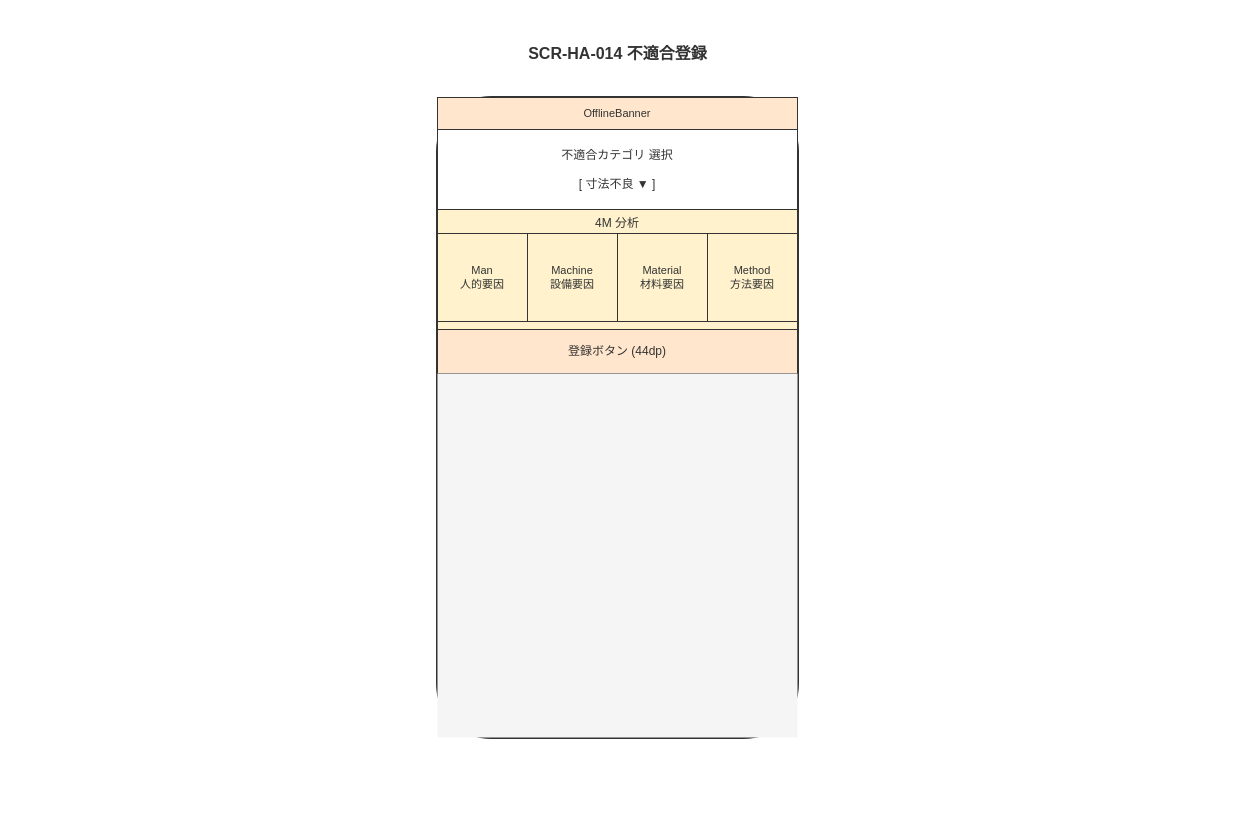
Above: docs/04_概要設計/03_画面設計/img/fig_des_screen_ha_014.drawio in RyuheiKiso/work-navigation-app (draw.io), before the change. Source tidied: cells renumbered, new cells numbered last; positions are measured from the earlier drawing's top-left corner, leaving out a move shared by most shapes. Both pictures are drawn from the tidied source at 100%, with x=0, y=0 at pixel (17, 17).
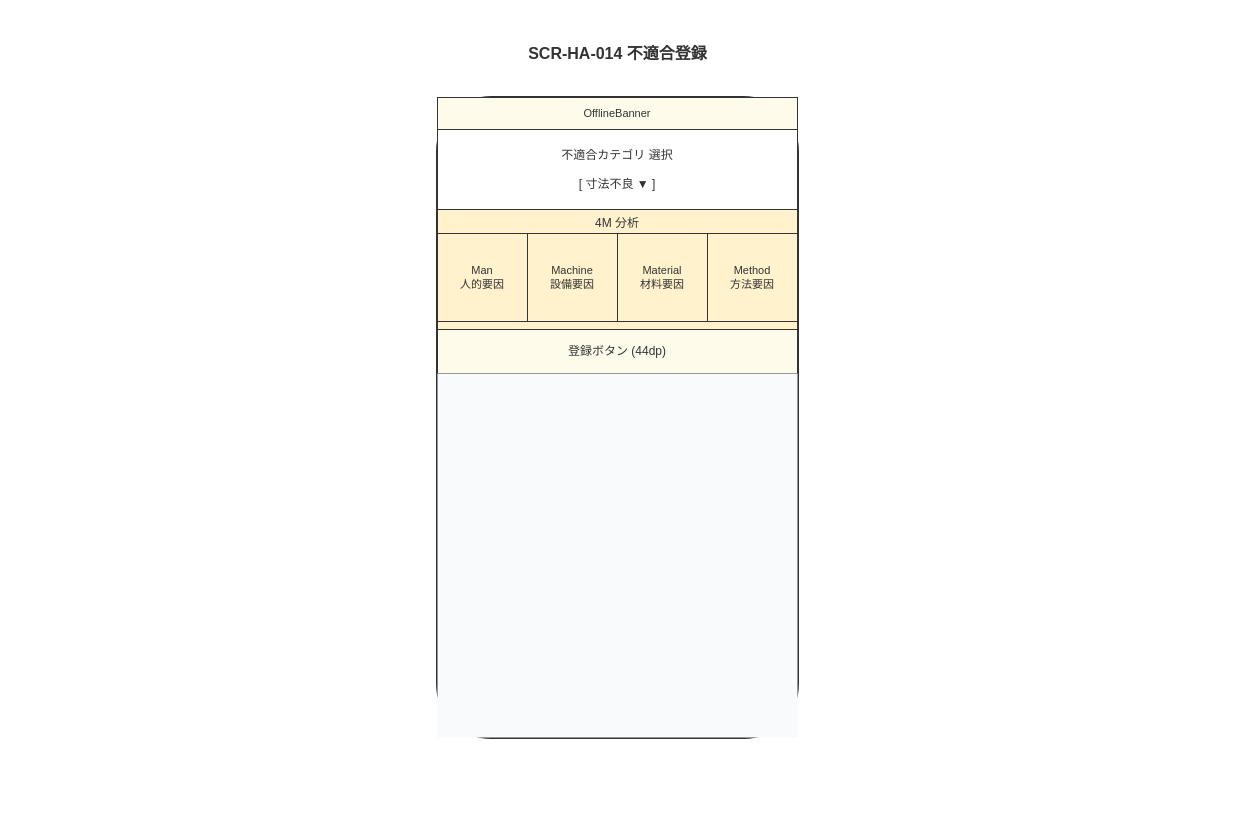
The same page after the edit.

Diff of the diagram source:
```diff
@@
 <mxGraphModel background="#FFFFFF">
   <root>
     <mxCell id="0" />
     <mxCell id="1" parent="0" />
     <mxCell id="2" style="rounded=0;whiteSpace=wrap;html=1;fillColor=#FFFFFF;strokeColor=none;" parent="1" vertex="1">
       <mxGeometry width="1200" height="800" as="geometry" />
     </mxCell>
     <mxCell id="3" value="SCR-HA-014 不適合登録" style="text;html=1;fontFamily=Helvetica;fontSize=16;fontStyle=1;align=center;verticalAlign=middle;fillColor=none;strokeColor=none;fontColor=#333333;" parent="1" vertex="1">
       <mxGeometry x="420" y="20" width="360" height="32" as="geometry" />
     </mxCell>
-    <mxCell id="4" style="rounded=1;whiteSpace=wrap;html=1;fillColor=#f5f5f5;strokeColor=#333333;strokeWidth=3;" parent="1" vertex="1">
+    <mxCell id="4" style="rounded=1;whiteSpace=wrap;html=1;fillColor=#F8FAFC;strokeColor=#333333;strokeWidth=3;" parent="1" vertex="1">
       <mxGeometry x="420" y="80" width="360" height="640" as="geometry" />
     </mxCell>
-    <mxCell id="5" value="OfflineBanner" style="rounded=0;whiteSpace=wrap;html=1;fillColor=#ffe6cc;strokeColor=#333333;fontSize=11;fontColor=#333333;" parent="1" vertex="1">
+    <mxCell id="5" value="OfflineBanner" style="rounded=0;whiteSpace=wrap;html=1;fillColor=#FFFBEB;strokeColor=#333333;fontSize=11;fontColor=#333333;" parent="1" vertex="1">
       <mxGeometry x="420" y="80" width="360" height="32" as="geometry" />
     </mxCell>
     <mxCell id="6" value="不適合カテゴリ 選択&#10;&#10;[ 寸法不良 ▼ ]" style="rounded=0;whiteSpace=wrap;html=1;fillColor=#FFFFFF;strokeColor=#333333;fontSize=12;fontColor=#333333;" parent="1" vertex="1">
       <mxGeometry x="420" y="112" width="360" height="80" as="geometry" />
     </mxCell>
     <mxCell id="7" value="4M 分析" style="rounded=0;whiteSpace=wrap;html=1;fillColor=#fff2cc;strokeColor=#333333;fontSize=12;fontColor=#333333;verticalAlign=top;" parent="1" vertex="1">
       <mxGeometry x="420" y="192" width="360" height="120" as="geometry" />
     </mxCell>
     <mxCell id="8" value="Man&#10;人的要因" style="rounded=0;whiteSpace=wrap;html=1;fillColor=#fff2cc;strokeColor=#333333;fontSize=11;fontColor=#333333;" parent="1" vertex="1">
       <mxGeometry x="420" y="216" width="90" height="88" as="geometry" />
     </mxCell>
     <mxCell id="9" value="Machine&#10;設備要因" style="rounded=0;whiteSpace=wrap;html=1;fillColor=#fff2cc;strokeColor=#333333;fontSize=11;fontColor=#333333;" parent="1" vertex="1">
       <mxGeometry x="510" y="216" width="90" height="88" as="geometry" />
     </mxCell>
     <mxCell id="10" value="Material&#10;材料要因" style="rounded=0;whiteSpace=wrap;html=1;fillColor=#fff2cc;strokeColor=#333333;fontSize=11;fontColor=#333333;" parent="1" vertex="1">
       <mxGeometry x="600" y="216" width="90" height="88" as="geometry" />
     </mxCell>
     <mxCell id="11" value="Method&#10;方法要因" style="rounded=0;whiteSpace=wrap;html=1;fillColor=#fff2cc;strokeColor=#333333;fontSize=11;fontColor=#333333;" parent="1" vertex="1">
       <mxGeometry x="690" y="216" width="90" height="88" as="geometry" />
     </mxCell>
-    <mxCell id="12" value="登録ボタン (44dp)" style="rounded=0;whiteSpace=wrap;html=1;fillColor=#ffe6cc;strokeColor=#333333;fontSize=12;fontColor=#333333;" parent="1" vertex="1">
+    <mxCell id="12" value="登録ボタン (44dp)" style="rounded=0;whiteSpace=wrap;html=1;fillColor=#FFFBEB;strokeColor=#333333;fontSize=12;fontColor=#333333;" parent="1" vertex="1">
       <mxGeometry x="420" y="312" width="360" height="44" as="geometry" />
     </mxCell>
-    <mxCell id="13" style="rounded=0;whiteSpace=wrap;html=1;fillColor=#f5f5f5;strokeColor=none;" parent="1" vertex="1">
+    <mxCell id="13" style="rounded=0;whiteSpace=wrap;html=1;fillColor=#F8FAFC;strokeColor=none;" parent="1" vertex="1">
       <mxGeometry x="420" y="356" width="360" height="364" as="geometry" />
     </mxCell>
   </root>
 </mxGraphModel>
```
